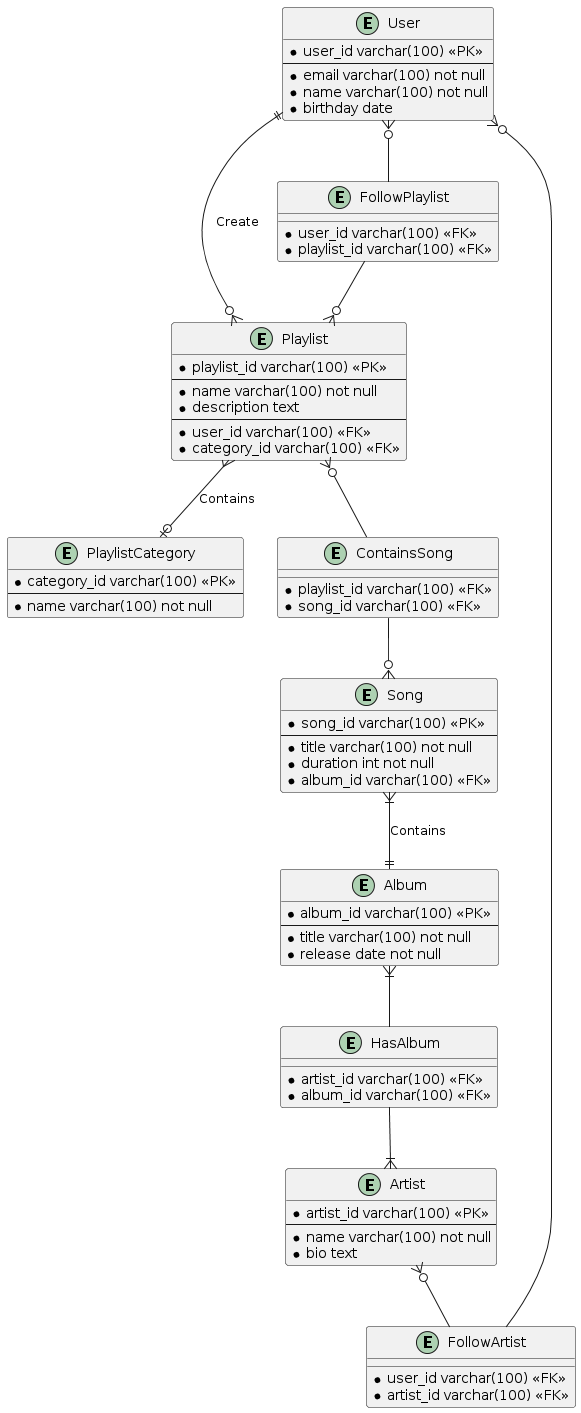
Earlier version of the PlantUML export Spotify/ERD Spotify.png (Tyn-Tian/Database-Design).
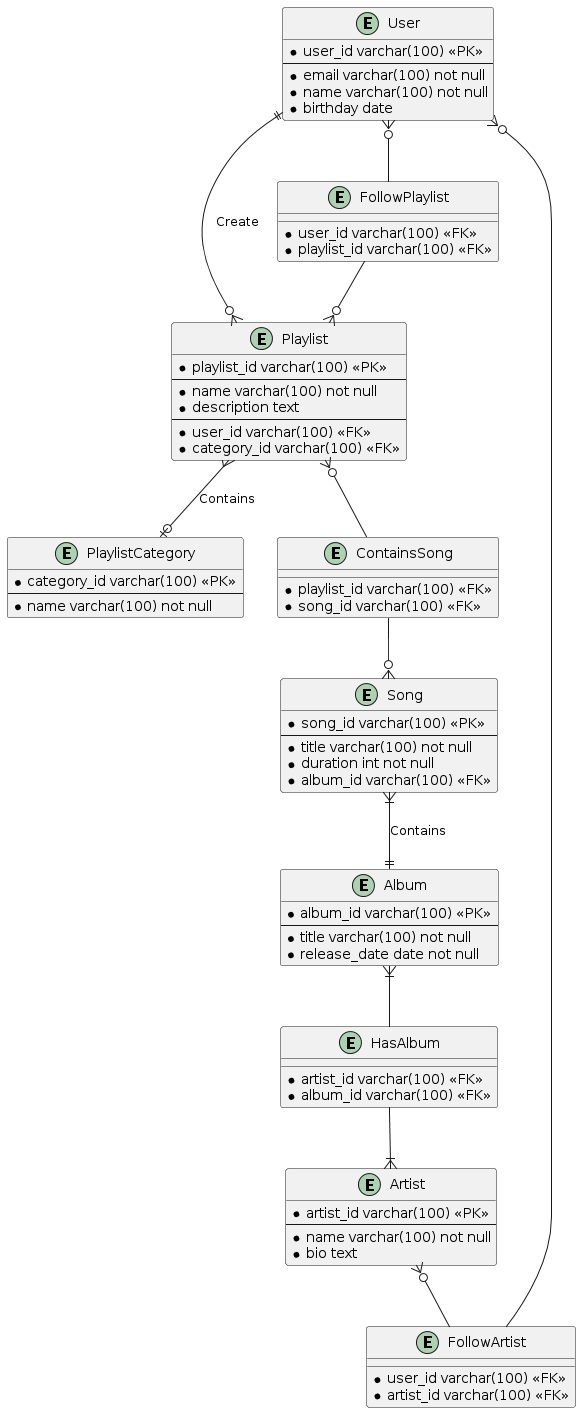
Above is the later version.

The edit, as a diff of the source:
```diff
@@ -40,7 +40,7 @@
     * album_id varchar(100) <<PK>>
     --
     * title varchar(100) not null
-    * release date not null
+    * release_date date not null
 }
 
 entity Artist {
```
